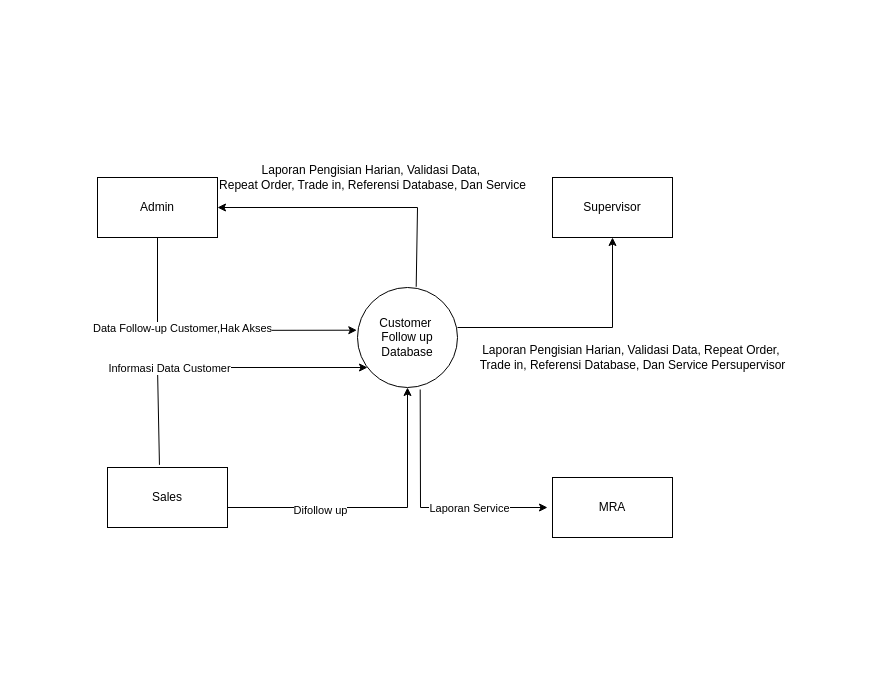
Earlier version of the draw.io diagram page "Diagram Konteks" (1 of 2) of Untitled Diagram.drawio (AkhmadFiqri/belajar-git). Source tidied: cells renumbered, new cells numbered last; positions are measured from the earlier drawing's top-left corner, leaving out a move shared by most shapes. Both pictures are drawn from the tidied source at 100%, with x=0, y=0 at pixel (97, 157).
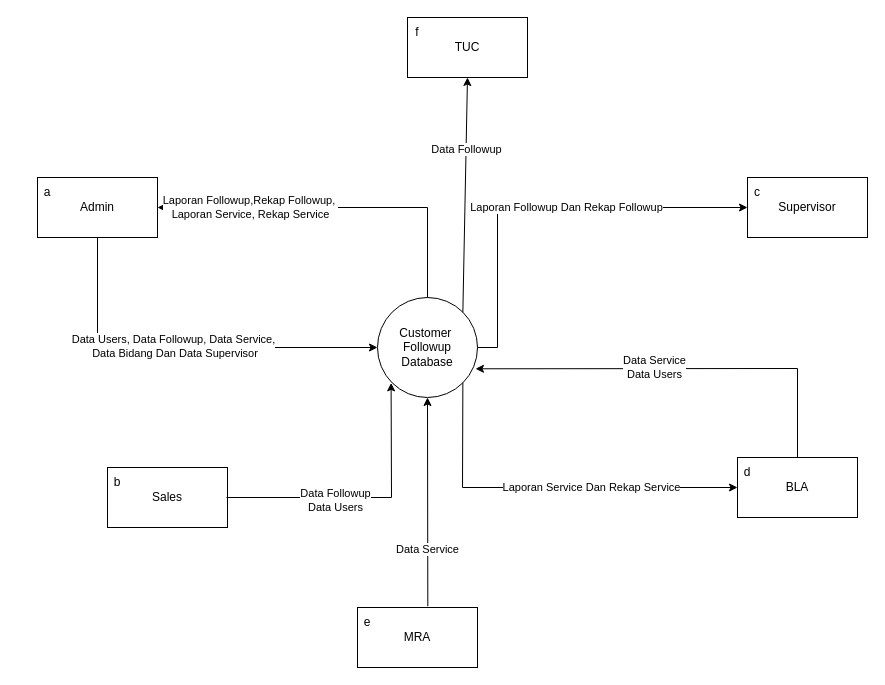
After the change.

The change refers to these unchanged cells:
```xml
<mxCell id="5" value="Sales" style="html=1;dashed=0;whiteSpace=wrap;" parent="1" vertex="1">
  <mxGeometry x="10" y="310" width="120" height="60" as="geometry" />
</mxCell>
```

Change to the diagram source:
```diff
@@
-    <mxCell id="2" value="Customer&amp;nbsp;&lt;div&gt;Follow up&lt;/div&gt;&lt;div&gt;Database&lt;/div&gt;" style="shape=ellipse;html=1;dashed=0;whiteSpace=wrap;perimeter=ellipsePerimeter;" parent="1" vertex="1">
-      <mxGeometry x="260" y="130" width="100" height="100" as="geometry" />
+    <mxCell id="2" value="Customer&amp;nbsp;&lt;div&gt;Followup&lt;/div&gt;&lt;div&gt;Database&lt;/div&gt;" style="shape=ellipse;html=1;dashed=0;whiteSpace=wrap;perimeter=ellipsePerimeter;" parent="1" vertex="1">
+      <mxGeometry x="280" y="140" width="100" height="100" as="geometry" />
     </mxCell>
     <mxCell id="3" value="Supervisor" style="html=1;dashed=0;whiteSpace=wrap;" parent="1" vertex="1">
-      <mxGeometry x="455" y="20" width="120" height="60" as="geometry" />
+      <mxGeometry x="650" y="20" width="120" height="60" as="geometry" />
     </mxCell>
     <mxCell id="4" value="Admin" style="html=1;dashed=0;whiteSpace=wrap;" parent="1" vertex="1">
-      <mxGeometry y="20" width="120" height="60" as="geometry" />
+      <mxGeometry x="-60" y="20" width="120" height="60" as="geometry" />
     </mxCell>
@@
     <mxCell id="6" value="MRA" style="html=1;dashed=0;whiteSpace=wrap;" parent="1" vertex="1">
-      <mxGeometry x="455" y="320" width="120" height="60" as="geometry" />
+      <mxGeometry x="260" y="450" width="120" height="60" as="geometry" />
     </mxCell>
+    <mxCell id="19" value="BLA" style="html=1;dashed=0;whiteSpace=wrap;" parent="1" vertex="1">
+      <mxGeometry x="640" y="300" width="120" height="60" as="geometry" />
+    </mxCell>
+    <mxCell id="20" value="TUC" style="html=1;dashed=0;whiteSpace=wrap;" parent="1" vertex="1">
+      <mxGeometry x="310" y="-140" width="120" height="60" as="geometry" />
+    </mxCell>
-    <mxCell id="7" style="endArrow=classic;html=1;rounded=0;entryX=-0.007;entryY=0.427;entryDx=0;entryDy=0;exitX=0.5;exitY=1;exitDx=0;exitDy=0;entryPerimeter=0;" parent="1" edge="1" source="4" target="2">
+    <mxCell id="7" style="endArrow=classic;html=1;rounded=0;exitX=0.5;exitY=1;exitDx=0;exitDy=0;entryX=0;entryY=0.5;entryDx=0;entryDy=0;" parent="1" edge="1" source="4" target="2">
       <mxGeometry relative="1" as="geometry">
         <Array as="points">
-          <mxPoint x="60" y="173" />
+          <mxPoint y="190" />
         </Array>
       </mxGeometry>
     </mxCell>
-    <mxCell id="8" value="Data Follow-up Customer,Hak Akses" style="edgeLabel;html=1;align=center;verticalAlign=middle;" parent="7" vertex="1">
-      <mxGeometry x="-0.19" y="2" relative="1" as="geometry" />
-    </mxCell>
-    <mxCell id="9" style="endArrow=classic;html=1;rounded=0;entryX=0.5;entryY=1;entryDx=0;entryDy=0;" parent="1" edge="1" target="2">
-      <mxGeometry relative="1" as="geometry">
-        <mxPoint x="130" y="350" as="sourcePoint" />
-        <Array as="points">
-          <mxPoint x="310" y="350" />
-        </Array>
-      </mxGeometry>
-    </mxCell>
-    <mxCell id="10" value="Difollow up" style="edgeLabel;html=1;align=center;verticalAlign=middle;" parent="9" vertex="1">
-      <mxGeometry x="-0.39" y="-2" relative="1" as="geometry" />
-    </mxCell>
-    <mxCell id="11" style="endArrow=classic;html=1;rounded=0;exitX=0.433;exitY=-0.044;exitDx=0;exitDy=0;exitPerimeter=0;" parent="1" edge="1" source="5">
-      <mxGeometry relative="1" as="geometry">
-        <mxPoint x="270" y="210" as="targetPoint" />
-        <Array as="points">
-          <mxPoint x="60" y="210" />
-        </Array>
-      </mxGeometry>
-    </mxCell>
-    <mxCell id="12" value="Informasi Data Customer" style="edgeLabel;html=1;align=center;verticalAlign=middle;" parent="11" vertex="1">
-      <mxGeometry x="-0.29" relative="1" as="geometry" />
-    </mxCell>
-    <mxCell id="13" style="endArrow=classic;html=1;rounded=0;exitX=0.627;exitY=1.02;exitDx=0;exitDy=0;exitPerimeter=0;" parent="1" edge="1" source="2">
-      <mxGeometry relative="1" as="geometry">
-        <mxPoint x="450" y="350" as="targetPoint" />
-        <Array as="points">
-          <mxPoint x="323" y="350" />
-        </Array>
-      </mxGeometry>
-    </mxCell>
-    <mxCell id="14" value="Laporan Service" style="edgeLabel;html=1;align=center;verticalAlign=middle;" parent="13" vertex="1">
-      <mxGeometry x="0.36" relative="1" as="geometry" />
-    </mxCell>
-    <mxCell id="15" style="endArrow=classic;html=1;rounded=0;entryX=0.5;entryY=1;entryDx=0;entryDy=0;" parent="1" edge="1" target="3">
-      <mxGeometry relative="1" as="geometry">
-        <mxPoint x="360" y="170" as="sourcePoint" />
-        <Array as="points">
-          <mxPoint x="515" y="170" />
-        </Array>
-      </mxGeometry>
-    </mxCell>
+    <mxCell id="21" value="Data Users, Data Followup, Data Service,&lt;div&gt;&amp;nbsp;Data Bidang Dan Data Supervisor&lt;/div&gt;" style="edgeLabel;html=1;align=center;verticalAlign=middle;" parent="7" vertex="1">
+      <mxGeometry x="-0.05" y="2" relative="1" as="geometry" />
+    </mxCell>
+    <mxCell id="22" style="endArrow=classic;html=1;rounded=0;exitX=1;exitY=0.5;exitDx=0;exitDy=0;entryX=0;entryY=1;entryDx=0;entryDy=0;" parent="1" edge="1">
+      <mxGeometry relative="1" as="geometry">
+        <mxPoint x="129" y="340" as="sourcePoint" />
+        <mxPoint x="293.6" y="225.4" as="targetPoint" />
+        <Array as="points">
+          <mxPoint x="294" y="340" />
+        </Array>
+      </mxGeometry>
+    </mxCell>
+    <mxCell id="23" value="Data Followup&lt;div&gt;Data Users&lt;/div&gt;" style="edgeLabel;html=1;align=center;verticalAlign=middle;" parent="22" vertex="1">
+      <mxGeometry x="-0.23" y="-2" relative="1" as="geometry" />
+    </mxCell>
-    <mxCell id="16" style="endArrow=classic;html=1;rounded=0;entryX=1;entryY=0.5;entryDx=0;entryDy=0;exitX=0.587;exitY=-0.007;exitDx=0;exitDy=0;exitPerimeter=0;" parent="1" edge="1" source="2" target="4">
+    <mxCell id="16" style="endArrow=classic;html=1;rounded=0;exitX=0.5;exitY=0;exitDx=0;exitDy=0;entryX=1;entryY=0.5;entryDx=0;entryDy=0;" parent="1" edge="1" source="2" target="4">
       <mxGeometry relative="1" as="geometry">
         <Array as="points">
-          <mxPoint x="320" y="50" />
+          <mxPoint x="330" y="50" />
         </Array>
       </mxGeometry>
     </mxCell>
-    <mxCell id="17" value="Laporan Pengisian Harian, Validasi Data,&amp;nbsp;&lt;div&gt;Repeat Order, Trade in, Referensi Database, Dan Service&lt;/div&gt;" style="text;html=1;align=center;verticalAlign=middle;strokeColor=none;fillColor=none;" parent="1" vertex="1">
-      <mxGeometry x="110" width="330" height="40" as="geometry" />
-    </mxCell>
-    <mxCell id="18" value="Laporan Pengisian Harian, Validasi Data,&amp;nbsp;&lt;span style=&quot;background-color: initial;&quot;&gt;Repeat Order,&amp;nbsp;&lt;/span&gt;&lt;div&gt;&lt;span style=&quot;background-color: initial;&quot;&gt;Trade in, Referensi Database, Dan Service Persupervisor&lt;/span&gt;&lt;/div&gt;" style="text;html=1;align=center;verticalAlign=middle;strokeColor=none;fillColor=none;" parent="1" vertex="1">
-      <mxGeometry x="370" y="180" width="330" height="40" as="geometry" />
-    </mxCell>
+    <mxCell id="24" value="Laporan Followup,Rekap Followup,&amp;nbsp;&lt;div&gt;Laporan Service, Rekap Service&lt;/div&gt;" style="edgeLabel;html=1;align=center;verticalAlign=middle;" parent="16" vertex="1">
+      <mxGeometry x="0.49" y="-1" relative="1" as="geometry" />
+    </mxCell>
+    <mxCell id="25" style="endArrow=classic;html=1;rounded=0;exitX=1;exitY=0.5;exitDx=0;exitDy=0;entryX=0;entryY=0.5;entryDx=0;entryDy=0;" parent="1" edge="1" source="2" target="3">
+      <mxGeometry relative="1" as="geometry">
+        <Array as="points">
+          <mxPoint x="400" y="190" />
+          <mxPoint x="400" y="50" />
+        </Array>
+      </mxGeometry>
+    </mxCell>
+    <mxCell id="26" value="Laporan Followup Dan Rekap Followup" style="edgeLabel;html=1;align=center;verticalAlign=middle;" parent="25" vertex="1">
+      <mxGeometry x="0.11" y="1" relative="1" as="geometry" />
+    </mxCell>
+    <mxCell id="27" style="endArrow=classic;html=1;rounded=0;exitX=1;exitY=1;exitDx=0;exitDy=0;entryX=0;entryY=0.5;entryDx=0;entryDy=0;" parent="1" edge="1" source="2" target="19">
+      <mxGeometry relative="1" as="geometry">
+        <Array as="points">
+          <mxPoint x="365" y="330" />
+        </Array>
+      </mxGeometry>
+    </mxCell>
+    <mxCell id="28" value="Laporan Service Dan Rekap Service" style="edgeLabel;html=1;align=center;verticalAlign=middle;" parent="27" vertex="1">
+      <mxGeometry x="0.23" y="1" relative="1" as="geometry" />
+    </mxCell>
+    <mxCell id="29" style="endArrow=classic;html=1;rounded=0;entryX=0.98;entryY=0.713;entryDx=0;entryDy=0;entryPerimeter=0;exitX=0.5;exitY=0;exitDx=0;exitDy=0;" parent="1" edge="1" source="19" target="2">
+      <mxGeometry relative="1" as="geometry">
+        <Array as="points">
+          <mxPoint x="700" y="211" />
+        </Array>
+      </mxGeometry>
+    </mxCell>
+    <mxCell id="30" value="Data Service&lt;div&gt;Data Users&lt;/div&gt;" style="edgeLabel;html=1;align=center;verticalAlign=middle;" parent="29" vertex="1">
+      <mxGeometry x="0.13" y="-2" relative="1" as="geometry" />
+    </mxCell>
+    <mxCell id="31" style="endArrow=classic;html=1;rounded=0;exitX=0.586;exitY=-0.021;exitDx=0;exitDy=0;exitPerimeter=0;entryX=0.5;entryY=1;entryDx=0;entryDy=0;" parent="1" edge="1" source="6" target="2">
+      <mxGeometry relative="1" as="geometry" />
+    </mxCell>
+    <mxCell id="32" value="Data Service" style="edgeLabel;html=1;align=center;verticalAlign=middle;" parent="31" vertex="1">
+      <mxGeometry x="-0.45" y="1" relative="1" as="geometry" />
+    </mxCell>
+    <mxCell id="33" style="endArrow=classic;html=1;rounded=0;exitX=1;exitY=0;exitDx=0;exitDy=0;entryX=0.5;entryY=1;entryDx=0;entryDy=0;" parent="1" edge="1" source="2" target="20">
+      <mxGeometry relative="1" as="geometry" />
+    </mxCell>
+    <mxCell id="34" value="Data Followup" style="edgeLabel;html=1;align=center;verticalAlign=middle;" parent="33" vertex="1">
+      <mxGeometry x="0.4" relative="1" as="geometry">
+        <mxPoint y="1" as="offset" />
+      </mxGeometry>
+    </mxCell>
+    <mxCell id="35" value="a" style="text;html=1;align=center;verticalAlign=middle;whiteSpace=wrap;rounded=0;" parent="1" vertex="1">
+      <mxGeometry x="-80" y="20" width="60" height="30" as="geometry" />
+    </mxCell>
+    <mxCell id="36" value="b" style="text;html=1;align=center;verticalAlign=middle;whiteSpace=wrap;rounded=0;" parent="1" vertex="1">
+      <mxGeometry x="-10" y="310" width="60" height="30" as="geometry" />
+    </mxCell>
+    <mxCell id="37" value="c" style="text;html=1;align=center;verticalAlign=middle;whiteSpace=wrap;rounded=0;" parent="1" vertex="1">
+      <mxGeometry x="630" y="20" width="60" height="30" as="geometry" />
+    </mxCell>
+    <mxCell id="38" value="d" style="text;html=1;align=center;verticalAlign=middle;whiteSpace=wrap;rounded=0;" parent="1" vertex="1">
+      <mxGeometry x="620" y="300" width="60" height="30" as="geometry" />
+    </mxCell>
+    <mxCell id="39" value="e" style="text;html=1;align=center;verticalAlign=middle;whiteSpace=wrap;rounded=0;" parent="1" vertex="1">
+      <mxGeometry x="240" y="450" width="60" height="30" as="geometry" />
+    </mxCell>
+    <mxCell id="40" value="f" style="text;html=1;align=center;verticalAlign=middle;whiteSpace=wrap;rounded=0;" parent="1" vertex="1">
+      <mxGeometry x="290" y="-140" width="60" height="30" as="geometry" />
+    </mxCell>
```
